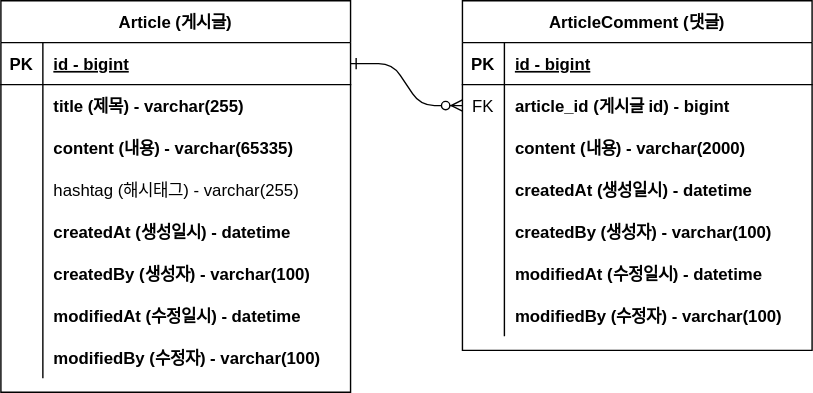
Above: document/project-board-erd.svg in Jaeework/fastcampus-project-board (draw.io), before the change. Source tidied: cells renumbered, new cells last; positions are measured from the earlier drawing's top-left corner, leaving out a move shared by most shapes.
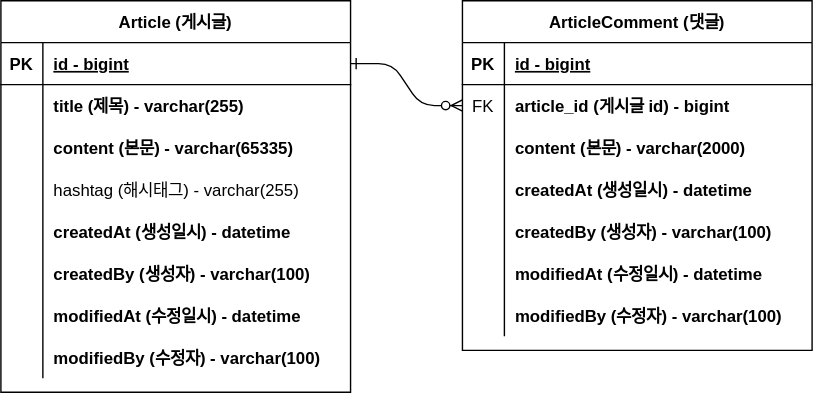
The same diagram one commit later.

Commit message:
#8 - ERD 주석 업데이트: project-board-erd.svg

erd 주석 내용 업데이트

Diff of the diagram source:
```diff
@@ -34,7 +34,7 @@
     <mxCell id="11" style="shape=partialRectangle;overflow=hidden;fillColor=none;top=0;left=0;bottom=0;right=0;" parent="10" vertex="1">
       <mxGeometry width="30" height="30" as="geometry" />
     </mxCell>
-    <mxCell id="12" value="content (내용) - varchar(65335)" style="shape=partialRectangle;overflow=hidden;fillColor=none;top=0;left=0;bottom=0;right=0;align=left;spacingLeft=6;fontStyle=1;" parent="10" vertex="1">
+    <mxCell id="12" value="content (본문) - varchar(65335)" style="shape=partialRectangle;overflow=hidden;fillColor=none;top=0;left=0;bottom=0;right=0;align=left;spacingLeft=6;fontStyle=1;" parent="10" vertex="1">
       <mxGeometry x="30" width="220" height="30" as="geometry" />
     </mxCell>
     <mxCell id="13" style="shape=partialRectangle;fillColor=none;top=0;left=0;right=0;bottom=0;" parent="3" vertex="1">
@@ -109,7 +109,7 @@
     <mxCell id="36" style="shape=partialRectangle;overflow=hidden;fillColor=none;top=0;left=0;bottom=0;right=0;" parent="35" vertex="1">
       <mxGeometry width="30" height="30" as="geometry" />
     </mxCell>
-    <mxCell id="37" value="content (내용) - varchar(2000)" style="shape=partialRectangle;overflow=hidden;fillColor=none;top=0;left=0;bottom=0;right=0;align=left;spacingLeft=6;fontStyle=1;" parent="35" vertex="1">
+    <mxCell id="37" value="content (본문) - varchar(2000)" style="shape=partialRectangle;overflow=hidden;fillColor=none;top=0;left=0;bottom=0;right=0;align=left;spacingLeft=6;fontStyle=1;" parent="35" vertex="1">
       <mxGeometry x="30" width="220" height="30" as="geometry" />
     </mxCell>
     <mxCell id="38" style="shape=partialRectangle;fillColor=none;top=0;left=0;right=0;bottom=0;" parent="28" vertex="1">
```
